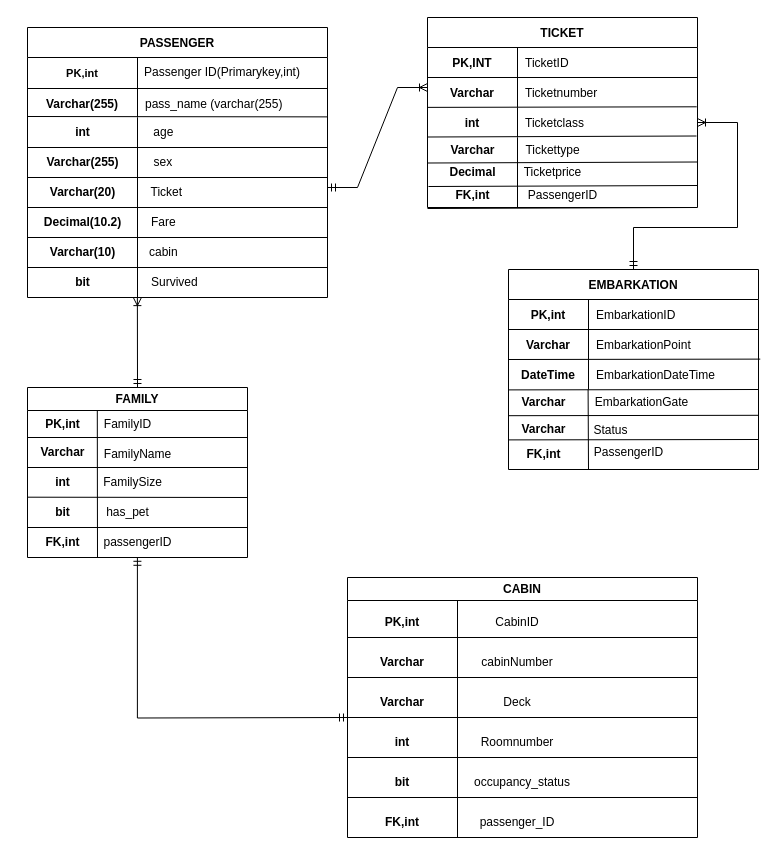
The draw.io diagram ERD/Untitled Diagram.drawio in AkshaykrishnaM/DBMS-UOW, before the edit. Source tidied: cells renumbered, new cells numbered last; positions are measured from the earlier drawing's top-left corner, leaving out a move shared by most shapes. Both pictures are drawn from the tidied source at 100%, with x=0, y=0 at pixel (27, 17).
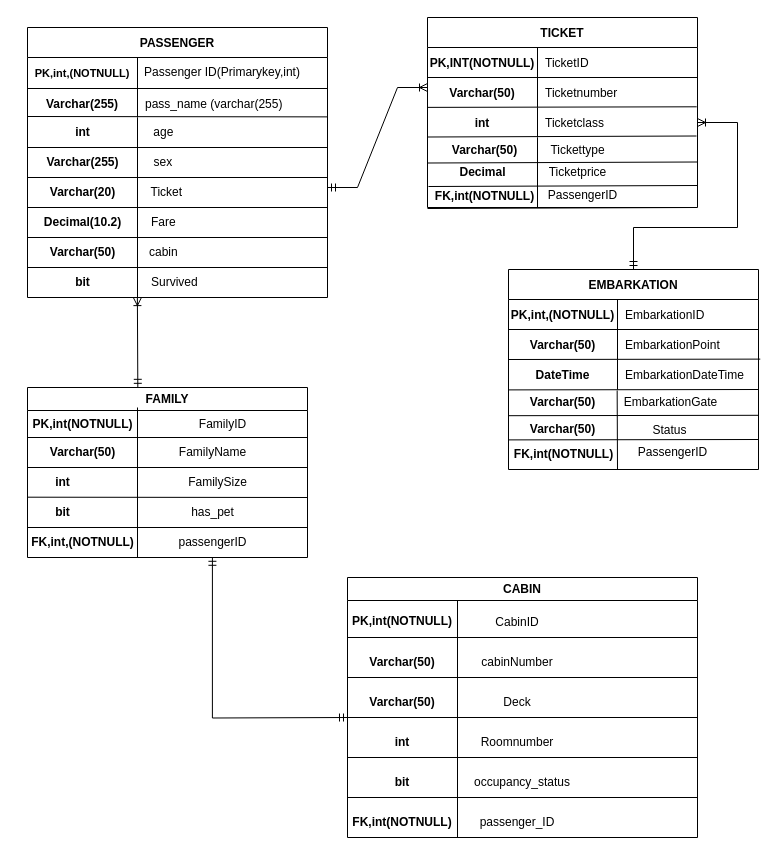
After the change.

Unchanged cells that the change refers to:
```xml
<mxCell id="3" style="shape=partialRectangle;fillColor=none;top=0;left=0;right=0;bottom=1;" parent="2" vertex="1">
  <mxGeometry y="30" width="270" height="30" as="geometry" />
</mxCell>
<mxCell id="6" style="shape=partialRectangle;fillColor=none;top=0;left=0;right=0;bottom=0;" parent="2" vertex="1">
  <mxGeometry y="60" width="270" height="30" as="geometry" />
</mxCell>
<mxCell id="9" style="shape=partialRectangle;fillColor=none;points=[[0,0.5],[1,0.5]];portConstraint=eastwest;top=0;left=0;right=0;bottom=0;" parent="2" vertex="1">
  <mxGeometry y="90" width="270" height="30" as="geometry" />
</mxCell>
<mxCell id="14" style="shape=partialRectangle;fillColor=none;top=0;left=0;right=0;bottom=1;" parent="13" vertex="1">
  <mxGeometry y="30" width="250" height="30" as="geometry" />
</mxCell>
<mxCell id="17" style="shape=partialRectangle;fillColor=none;top=0;left=0;right=0;bottom=0;" parent="13" vertex="1">
  <mxGeometry y="60" width="250" height="30" as="geometry" />
</mxCell>
<mxCell id="20" style="shape=partialRectangle;fillColor=none;points=[[0,0.5],[1,0.5]];portConstraint=eastwest;top=0;left=0;right=0;bottom=0;" parent="13" vertex="1">
  <mxGeometry y="90" width="250" height="30" as="geometry" />
</mxCell>
<mxCell id="24" style="shape=partialRectangle;fillColor=none;top=0;left=0;right=0;bottom=1;" parent="23" vertex="1">
  <mxGeometry y="30" width="300" height="31" as="geometry" />
</mxCell>
<mxCell id="42" value="Survived&amp;nbsp;" style="text;html=1;align=center;verticalAlign=middle;whiteSpace=wrap;rounded=0;spacingRight=-2;" parent="1" vertex="1">
  <mxGeometry x="92.5" y="250" width="110" height="30" as="geometry" />
</mxCell>
<mxCell id="91" value="CABIN" style="swimlane;whiteSpace=wrap;html=1;" parent="1" vertex="1">
  <mxGeometry x="320" y="560" width="350" height="260" as="geometry" />
</mxCell>
```

What changed in the source:
```diff
@@
-    <mxCell id="4" value="PK,INT" style="shape=partialRectangle;overflow=hidden;fillColor=none;top=0;left=0;bottom=0;right=0;fontStyle=1;" parent="3" vertex="1">
-      <mxGeometry width="90" height="30" as="geometry" />
+    <mxCell id="4" value="PK,INT(NOTNULL)" style="shape=partialRectangle;overflow=hidden;fillColor=none;top=0;left=0;bottom=0;right=0;fontStyle=1;" parent="3" vertex="1">
+      <mxGeometry width="110" height="30" as="geometry" />
     </mxCell>
     <mxCell id="5" value="TicketID" style="shape=partialRectangle;overflow=hidden;fillColor=none;top=0;left=0;bottom=0;right=0;align=left;spacingLeft=6;fontStyle=0;" parent="3" vertex="1">
-      <mxGeometry x="90" width="180" height="30" as="geometry" />
+      <mxGeometry x="110" width="160" height="30" as="geometry" />
     </mxCell>
@@
-    <mxCell id="7" value="Varchar" style="shape=partialRectangle;overflow=hidden;fillColor=none;top=0;left=0;bottom=0;right=0;fontStyle=1;" parent="6" vertex="1">
-      <mxGeometry width="90" height="30" as="geometry" />
+    <mxCell id="7" value="Varchar(50)" style="shape=partialRectangle;overflow=hidden;fillColor=none;top=0;left=0;bottom=0;right=0;fontStyle=1;" parent="6" vertex="1">
+      <mxGeometry width="110" height="30" as="geometry" />
     </mxCell>
     <mxCell id="8" value="Ticketnumber" style="shape=partialRectangle;overflow=hidden;fillColor=none;top=0;left=0;bottom=0;right=0;align=left;spacingLeft=6;" parent="6" vertex="1">
-      <mxGeometry x="90" width="180" height="30" as="geometry" />
+      <mxGeometry x="110" width="160" height="30" as="geometry" />
     </mxCell>
@@
     <mxCell id="10" value="int" style="shape=partialRectangle;overflow=hidden;fillColor=none;top=0;left=0;bottom=0;right=0;fontStyle=1;" parent="9" vertex="1">
-      <mxGeometry width="90" height="30" as="geometry" />
+      <mxGeometry width="110" height="30" as="geometry" />
     </mxCell>
     <mxCell id="11" value="Ticketclass" style="shape=partialRectangle;overflow=hidden;fillColor=none;top=0;left=0;bottom=0;right=0;align=left;spacingLeft=6;" parent="9" vertex="1">
-      <mxGeometry x="90" width="180" height="30" as="geometry" />
+      <mxGeometry x="110" width="160" height="30" as="geometry" />
     </mxCell>
@@
-    <mxCell id="15" value="PK,int" style="shape=partialRectangle;overflow=hidden;fillColor=none;top=0;left=0;bottom=0;right=0;fontStyle=1;" parent="14" vertex="1">
-      <mxGeometry width="80" height="30" as="geometry" />
+    <mxCell id="15" value="PK,int,(NOTNULL)" style="shape=partialRectangle;overflow=hidden;fillColor=none;top=0;left=0;bottom=0;right=0;fontStyle=1;" parent="14" vertex="1">
+      <mxGeometry width="109" height="30" as="geometry" />
     </mxCell>
     <mxCell id="16" value="EmbarkationID" style="shape=partialRectangle;overflow=hidden;fillColor=none;top=0;left=0;bottom=0;right=0;align=left;spacingLeft=6;fontStyle=0;" parent="14" vertex="1">
-      <mxGeometry x="80" width="170" height="30" as="geometry" />
+      <mxGeometry x="109" width="141" height="30" as="geometry" />
     </mxCell>
@@
-    <mxCell id="18" value="Varchar" style="shape=partialRectangle;overflow=hidden;fillColor=none;top=0;left=0;bottom=0;right=0;fontStyle=1;" parent="17" vertex="1">
-      <mxGeometry width="80" height="30" as="geometry" />
+    <mxCell id="18" value="Varchar(50)" style="shape=partialRectangle;overflow=hidden;fillColor=none;top=0;left=0;bottom=0;right=0;fontStyle=1;" parent="17" vertex="1">
+      <mxGeometry width="109" height="30" as="geometry" />
     </mxCell>
     <mxCell id="19" value="EmbarkationPoint" style="shape=partialRectangle;overflow=hidden;fillColor=none;top=0;left=0;bottom=0;right=0;align=left;spacingLeft=6;" parent="17" vertex="1">
-      <mxGeometry x="80" width="170" height="30" as="geometry" />
+      <mxGeometry x="109" width="141" height="30" as="geometry" />
     </mxCell>
@@
     <mxCell id="21" value="DateTime" style="shape=partialRectangle;overflow=hidden;fillColor=none;top=0;left=0;bottom=0;right=0;fontStyle=1;" parent="20" vertex="1">
-      <mxGeometry width="80" height="30" as="geometry" />
+      <mxGeometry width="109" height="30" as="geometry" />
     </mxCell>
     <mxCell id="22" value="EmbarkationDateTime" style="shape=partialRectangle;overflow=hidden;fillColor=none;top=0;left=0;bottom=0;right=0;align=left;spacingLeft=6;" parent="20" vertex="1">
-      <mxGeometry x="80" width="170" height="30" as="geometry" />
+      <mxGeometry x="109" width="141" height="30" as="geometry" />
     </mxCell>
@@
-    <mxCell id="25" value="PK,int" style="shape=partialRectangle;overflow=hidden;fillColor=none;top=0;left=0;bottom=0;right=0;fontStyle=1;fontSize=11;" parent="24" vertex="1">
+    <mxCell id="25" value="PK,int,(NOTNULL)" style="shape=partialRectangle;overflow=hidden;fillColor=none;top=0;left=0;bottom=0;right=0;fontStyle=1;fontSize=11;" parent="24" vertex="1">
       <mxGeometry width="110" height="31" as="geometry" />
     </mxCell>
@@
-    <mxCell id="48" value="&lt;b&gt;Varchar(10)&lt;/b&gt;" style="text;html=1;align=center;verticalAlign=middle;strokeColor=none;fillColor=none;" parent="1" vertex="1">
+    <mxCell id="48" value="&lt;b&gt;Varchar(50)&lt;/b&gt;" style="text;html=1;align=center;verticalAlign=middle;strokeColor=none;fillColor=none;" parent="1" vertex="1">
       <mxGeometry x="10" y="220" width="90" height="30" as="geometry" />
     </mxCell>
@@
     <mxCell id="50" style="endArrow=none;html=1;rounded=0;" parent="1" edge="1">
       <mxGeometry relative="1" as="geometry">
-        <mxPoint x="490" y="190" as="sourcePoint" />
-        <mxPoint x="490" y="120" as="targetPoint" />
+        <mxPoint x="510" y="190" as="sourcePoint" />
+        <mxPoint x="510" y="120" as="targetPoint" />
       </mxGeometry>
     </mxCell>
@@
-    <mxCell id="55" value="&lt;b&gt;Varchar&lt;/b&gt;" style="text;html=1;align=center;verticalAlign=middle;strokeColor=none;fillColor=none;" parent="1" vertex="1">
-      <mxGeometry x="410" y="118" width="70" height="30" as="geometry" />
+    <mxCell id="55" value="&lt;b&gt;Varchar(50)&lt;/b&gt;" style="text;html=1;align=center;verticalAlign=middle;strokeColor=none;fillColor=none;" parent="1" vertex="1">
+      <mxGeometry x="412" y="118" width="90" height="30" as="geometry" />
     </mxCell>
     <mxCell id="56" value="&lt;b&gt;Decimal&lt;/b&gt;" style="text;html=1;align=center;verticalAlign=middle;strokeColor=none;fillColor=none;" parent="1" vertex="1">
-      <mxGeometry x="410" y="140" width="70" height="30" as="geometry" />
+      <mxGeometry x="420" y="140" width="70" height="30" as="geometry" />
     </mxCell>
-    <mxCell id="57" value="&lt;b&gt;FK,int&lt;/b&gt;" style="text;html=1;align=center;verticalAlign=middle;strokeColor=none;fillColor=none;" parent="1" vertex="1">
-      <mxGeometry x="415" y="163" width="60" height="30" as="geometry" />
+    <mxCell id="57" value="&lt;b&gt;FK,int&lt;/b&gt;&lt;b&gt;(NOTNULL)&lt;/b&gt;" style="text;html=1;align=center;verticalAlign=middle;strokeColor=none;fillColor=none;" parent="1" vertex="1">
+      <mxGeometry x="397" y="164" width="120" height="30" as="geometry" />
     </mxCell>
     <mxCell id="58" value="Tickettype" style="text;html=1;align=center;verticalAlign=middle;strokeColor=none;fillColor=none;" parent="1" vertex="1">
-      <mxGeometry x="485" y="118" width="80" height="30" as="geometry" />
+      <mxGeometry x="510" y="118" width="80" height="30" as="geometry" />
     </mxCell>
     <mxCell id="59" value="Ticketprice" style="text;html=1;align=center;verticalAlign=middle;strokeColor=none;fillColor=none;" parent="1" vertex="1">
-      <mxGeometry x="485" y="140" width="80" height="30" as="geometry" />
+      <mxGeometry x="510" y="140" width="80" height="30" as="geometry" />
     </mxCell>
     <mxCell id="60" value="PassengerID" style="text;html=1;align=center;verticalAlign=middle;strokeColor=none;fillColor=none;" parent="1" vertex="1">
-      <mxGeometry x="490" y="163" width="90" height="30" as="geometry" />
+      <mxGeometry x="510" y="163" width="90" height="30" as="geometry" />
     </mxCell>
-    <mxCell id="61" style="endArrow=none;html=1;rounded=0;" parent="1" edge="1">
+    <mxCell id="61" style="endArrow=none;html=1;rounded=0;entryX=-0.003;entryY=0.1;entryDx=0;entryDy=0;entryPerimeter=0;" parent="1" edge="1" target="69">
       <mxGeometry relative="1" as="geometry">
-        <mxPoint x="561" y="452" as="sourcePoint" />
-        <mxPoint x="560.6" y="372" as="targetPoint" />
+        <mxPoint x="590" y="452" as="sourcePoint" />
       </mxGeometry>
     </mxCell>
@@
-    <mxCell id="66" value="&lt;b&gt;Varchar&lt;/b&gt;" style="text;html=1;align=center;verticalAlign=middle;strokeColor=none;fillColor=none;" parent="1" vertex="1">
-      <mxGeometry x="481" y="370" width="70" height="30" as="geometry" />
+    <mxCell id="66" value="&lt;b&gt;Varchar(50)&lt;/b&gt;" style="text;html=1;align=center;verticalAlign=middle;strokeColor=none;fillColor=none;" parent="1" vertex="1">
+      <mxGeometry x="490" y="370" width="90" height="30" as="geometry" />
     </mxCell>
-    <mxCell id="67" value="&lt;b&gt;Varchar&lt;/b&gt;" style="text;html=1;align=center;verticalAlign=middle;strokeColor=none;fillColor=none;spacingBottom=7;" parent="1" vertex="1">
-      <mxGeometry x="481" y="400" width="70" height="30" as="geometry" />
+    <mxCell id="67" value="&lt;b&gt;Varchar(50)&lt;/b&gt;" style="text;html=1;align=center;verticalAlign=middle;strokeColor=none;fillColor=none;spacingBottom=7;" parent="1" vertex="1">
+      <mxGeometry x="490" y="400" width="90" height="30" as="geometry" />
     </mxCell>
-    <mxCell id="68" value="&lt;b&gt;FK,int&lt;/b&gt;" style="text;html=1;align=center;verticalAlign=middle;strokeColor=none;fillColor=none;" parent="1" vertex="1">
-      <mxGeometry x="486" y="422" width="60" height="30" as="geometry" />
+    <mxCell id="68" value="&lt;b&gt;FK,int&lt;/b&gt;&lt;b&gt;(NOTNULL)&lt;/b&gt;" style="text;html=1;align=center;verticalAlign=middle;strokeColor=none;fillColor=none;" parent="1" vertex="1">
+      <mxGeometry x="476" y="422" width="120" height="30" as="geometry" />
     </mxCell>
     <mxCell id="69" value="EmbarkationGate" style="text;html=1;align=center;verticalAlign=middle;points=[];strokeColor=none;fillColor=none;spacingLeft=-5;" parent="1" vertex="1">
-      <mxGeometry x="561" y="370" width="110" height="30" as="geometry" />
+      <mxGeometry x="590" y="370" width="110" height="30" as="geometry" />
     </mxCell>
     <mxCell id="70" value="Status" style="text;html=1;align=center;verticalAlign=middle;strokeColor=none;fillColor=none;spacingLeft=-6;spacingBottom=5;" parent="1" vertex="1">
-      <mxGeometry x="561" y="400" width="50" height="30" as="geometry" />
+      <mxGeometry x="620" y="400" width="50" height="30" as="geometry" />
     </mxCell>
     <mxCell id="71" value="PassengerID" style="text;html=1;align=center;verticalAlign=middle;strokeColor=none;fillColor=none;" parent="1" vertex="1">
-      <mxGeometry x="556" y="420" width="90" height="30" as="geometry" />
+      <mxGeometry x="600" y="420" width="90" height="30" as="geometry" />
     </mxCell>
     <mxCell id="72" value="FAMILY" style="swimlane;whiteSpace=wrap;html=1;" parent="1" vertex="1">
-      <mxGeometry y="370" width="220" height="170" as="geometry" />
+      <mxGeometry y="370" width="280" height="170" as="geometry" />
     </mxCell>
     <mxCell id="73" style="endArrow=none;html=1;rounded=0;" parent="72" edge="1">
       <mxGeometry relative="1" as="geometry">
         <mxPoint y="80" as="sourcePoint" />
-        <mxPoint x="220" y="80" as="targetPoint" />
+        <mxPoint x="280" y="80" as="targetPoint" />
       </mxGeometry>
     </mxCell>
     <mxCell id="74" style="endArrow=none;html=1;rounded=0;" parent="72" edge="1">
       <mxGeometry relative="1" as="geometry">
         <mxPoint y="109.7" as="sourcePoint" />
-        <mxPoint x="220" y="110" as="targetPoint" />
+        <mxPoint x="280" y="110" as="targetPoint" />
       </mxGeometry>
     </mxCell>
     <mxCell id="75" style="endArrow=none;html=1;rounded=0;" parent="72" edge="1">
       <mxGeometry relative="1" as="geometry">
         <mxPoint y="140" as="sourcePoint" />
-        <mxPoint x="220" y="140" as="targetPoint" />
+        <mxPoint x="280" y="140" as="targetPoint" />
       </mxGeometry>
     </mxCell>
     <mxCell id="76" style="endArrow=none;html=1;rounded=0;" parent="72" edge="1">
       <mxGeometry relative="1" as="geometry">
-        <mxPoint x="70" y="170" as="sourcePoint" />
-        <mxPoint x="69.8" y="23" as="targetPoint" />
+        <mxPoint x="110" y="170" as="sourcePoint" />
+        <mxPoint x="110" y="20" as="targetPoint" />
       </mxGeometry>
     </mxCell>
     <mxCell id="77" value="FamilyID" style="text;html=1;align=center;verticalAlign=middle;strokeColor=none;fillColor=none;" parent="72" vertex="1">
-      <mxGeometry x="65" y="22" width="70" height="30" as="geometry" />
+      <mxGeometry x="160" y="22" width="70" height="30" as="geometry" />
     </mxCell>
     <mxCell id="78" value="FamilyName" style="text;html=1;align=center;verticalAlign=middle;strokeColor=none;fillColor=none;" parent="72" vertex="1">
-      <mxGeometry x="65" y="52" width="90" height="30" as="geometry" />
+      <mxGeometry x="140" y="50" width="90" height="30" as="geometry" />
     </mxCell>
     <mxCell id="79" value="FamilySize" style="text;html=1;align=center;verticalAlign=middle;strokeColor=none;fillColor=none;" parent="72" vertex="1">
-      <mxGeometry x="65" y="80" width="80" height="30" as="geometry" />
+      <mxGeometry x="150" y="80" width="80" height="30" as="geometry" />
     </mxCell>
     <mxCell id="80" value="has_pet" style="text;html=1;align=center;verticalAlign=middle;strokeColor=none;fillColor=none;" parent="72" vertex="1">
-      <mxGeometry x="65" y="110" width="70" height="30" as="geometry" />
+      <mxGeometry x="150" y="110" width="70" height="30" as="geometry" />
     </mxCell>
     <mxCell id="81" value="passengerID" style="text;html=1;align=center;verticalAlign=middle;points=[];strokeColor=none;fillColor=none;" parent="72" vertex="1">
-      <mxGeometry x="65" y="140" width="90" height="30" as="geometry" />
+      <mxGeometry x="140" y="140" width="90" height="30" as="geometry" />
     </mxCell>
-    <mxCell id="82" value="&lt;b&gt;PK,int&lt;/b&gt;" style="text;html=1;align=center;verticalAlign=middle;strokeColor=none;fillColor=none;" parent="72" vertex="1">
-      <mxGeometry x="5" y="22" width="60" height="30" as="geometry" />
+    <mxCell id="82" value="&lt;b&gt;PK,int(NOTNULL)&lt;/b&gt;" style="text;html=1;align=center;verticalAlign=middle;strokeColor=none;fillColor=none;" parent="72" vertex="1">
+      <mxGeometry x="-5" y="22" width="120" height="30" as="geometry" />
     </mxCell>
-    <mxCell id="83" value="&lt;b&gt;Varchar&lt;/b&gt;" style="text;html=1;align=center;verticalAlign=middle;strokeColor=none;fillColor=none;" parent="72" vertex="1">
-      <mxGeometry y="50" width="70" height="30" as="geometry" />
+    <mxCell id="83" value="&lt;b&gt;Varchar(50)&lt;/b&gt;" style="text;html=1;align=center;verticalAlign=middle;strokeColor=none;fillColor=none;" parent="72" vertex="1">
+      <mxGeometry x="10" y="50" width="90" height="30" as="geometry" />
     </mxCell>
@@
-    <mxCell id="86" value="&lt;b&gt;FK,int&lt;/b&gt;" style="text;html=1;align=center;verticalAlign=middle;strokeColor=none;fillColor=none;" parent="72" vertex="1">
-      <mxGeometry x="5" y="140" width="60" height="30" as="geometry" />
+    <mxCell id="86" value="&lt;b&gt;FK,int,&lt;/b&gt;&lt;b&gt;(NOTNULL)&lt;/b&gt;" style="text;html=1;align=center;verticalAlign=middle;strokeColor=none;fillColor=none;" parent="72" vertex="1">
+      <mxGeometry x="-10" y="140" width="130" height="30" as="geometry" />
     </mxCell>
     <mxCell id="87" style="endArrow=none;html=1;rounded=0;" parent="1" edge="1">
       <mxGeometry relative="1" as="geometry">
         <mxPoint y="420" as="sourcePoint" />
-        <mxPoint x="220" y="420" as="targetPoint" />
+        <mxPoint x="280" y="420" as="targetPoint" />
       </mxGeometry>
     </mxCell>
-    <mxCell id="88" style="fontSize=12;html=1;endArrow=ERoneToMany;startArrow=ERmandOne;rounded=0;entryX=0.158;entryY=1.004;entryDx=0;entryDy=0;entryPerimeter=0;exitX=0.5;exitY=0;exitDx=0;exitDy=0;" parent="1" edge="1" source="72" target="42">
+    <mxCell id="88" style="fontSize=12;html=1;endArrow=ERoneToMany;startArrow=ERmandOne;rounded=0;entryX=0.158;entryY=1.004;entryDx=0;entryDy=0;entryPerimeter=0;exitX=0.394;exitY=-0.001;exitDx=0;exitDy=0;exitPerimeter=0;" parent="1" edge="1" source="72" target="42">
       <mxGeometry relative="1" as="geometry" />
     </mxCell>
@@
-    <mxCell id="97" value="&lt;b&gt;PK,int&lt;/b&gt;" style="text;html=1;align=center;verticalAlign=middle;whiteSpace=wrap;rounded=0;" parent="91" vertex="1">
-      <mxGeometry x="25" y="30" width="60" height="30" as="geometry" />
+    <mxCell id="97" value="&lt;b&gt;PK,int&lt;/b&gt;&lt;b style=&quot;text-wrap: nowrap;&quot;&gt;(NOTNULL)&lt;/b&gt;" style="text;html=1;align=center;verticalAlign=middle;whiteSpace=wrap;rounded=0;" parent="91" vertex="1">
+      <mxGeometry x="25" y="29" width="60" height="30" as="geometry" />
     </mxCell>
-    <mxCell id="98" value="&lt;b&gt;Varchar&lt;/b&gt;" style="text;html=1;align=center;verticalAlign=middle;whiteSpace=wrap;rounded=0;" parent="91" vertex="1">
+    <mxCell id="98" value="&lt;b style=&quot;text-wrap: nowrap;&quot;&gt;Varchar(50)&lt;/b&gt;" style="text;html=1;align=center;verticalAlign=middle;whiteSpace=wrap;rounded=0;" parent="91" vertex="1">
       <mxGeometry x="25" y="70" width="60" height="30" as="geometry" />
     </mxCell>
-    <mxCell id="99" value="&lt;b&gt;Varchar&lt;/b&gt;" style="text;html=1;align=center;verticalAlign=middle;whiteSpace=wrap;rounded=0;" parent="91" vertex="1">
+    <mxCell id="99" value="&lt;b style=&quot;text-wrap: nowrap;&quot;&gt;Varchar(50)&lt;/b&gt;" style="text;html=1;align=center;verticalAlign=middle;whiteSpace=wrap;rounded=0;" parent="91" vertex="1">
       <mxGeometry x="25" y="110" width="60" height="30" as="geometry" />
     </mxCell>
@@
-    <mxCell id="102" value="&lt;b&gt;FK,int&lt;/b&gt;" style="text;html=1;align=center;verticalAlign=middle;whiteSpace=wrap;rounded=0;" parent="91" vertex="1">
+    <mxCell id="102" value="&lt;b&gt;FK,int&lt;/b&gt;&lt;b style=&quot;text-wrap: nowrap;&quot;&gt;(NOTNULL)&lt;/b&gt;" style="text;html=1;align=center;verticalAlign=middle;whiteSpace=wrap;rounded=0;" parent="91" vertex="1">
       <mxGeometry x="25" y="230" width="60" height="30" as="geometry" />
     </mxCell>
```
